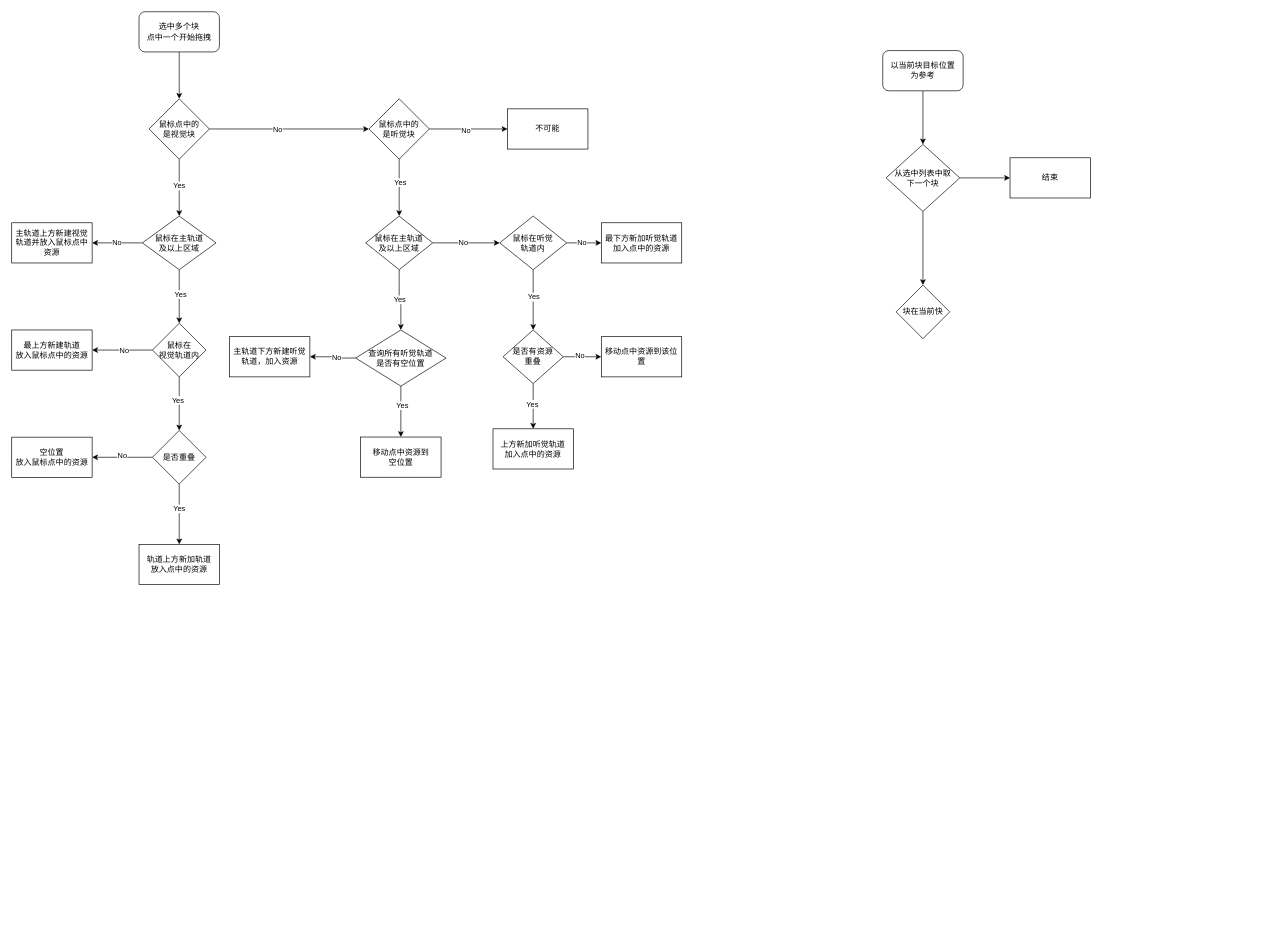
The draw.io diagram page "第 3 页" (3 of 3) of drag flow.drawio in macfanr/drawio, before the edit. Source tidied: cells renumbered, new cells numbered last; positions are measured from the earlier drawing's top-left corner, leaving out a move shared by most shapes. Both pictures are drawn from the tidied source at 67%, with x=0, y=0 at pixel (11, 11).
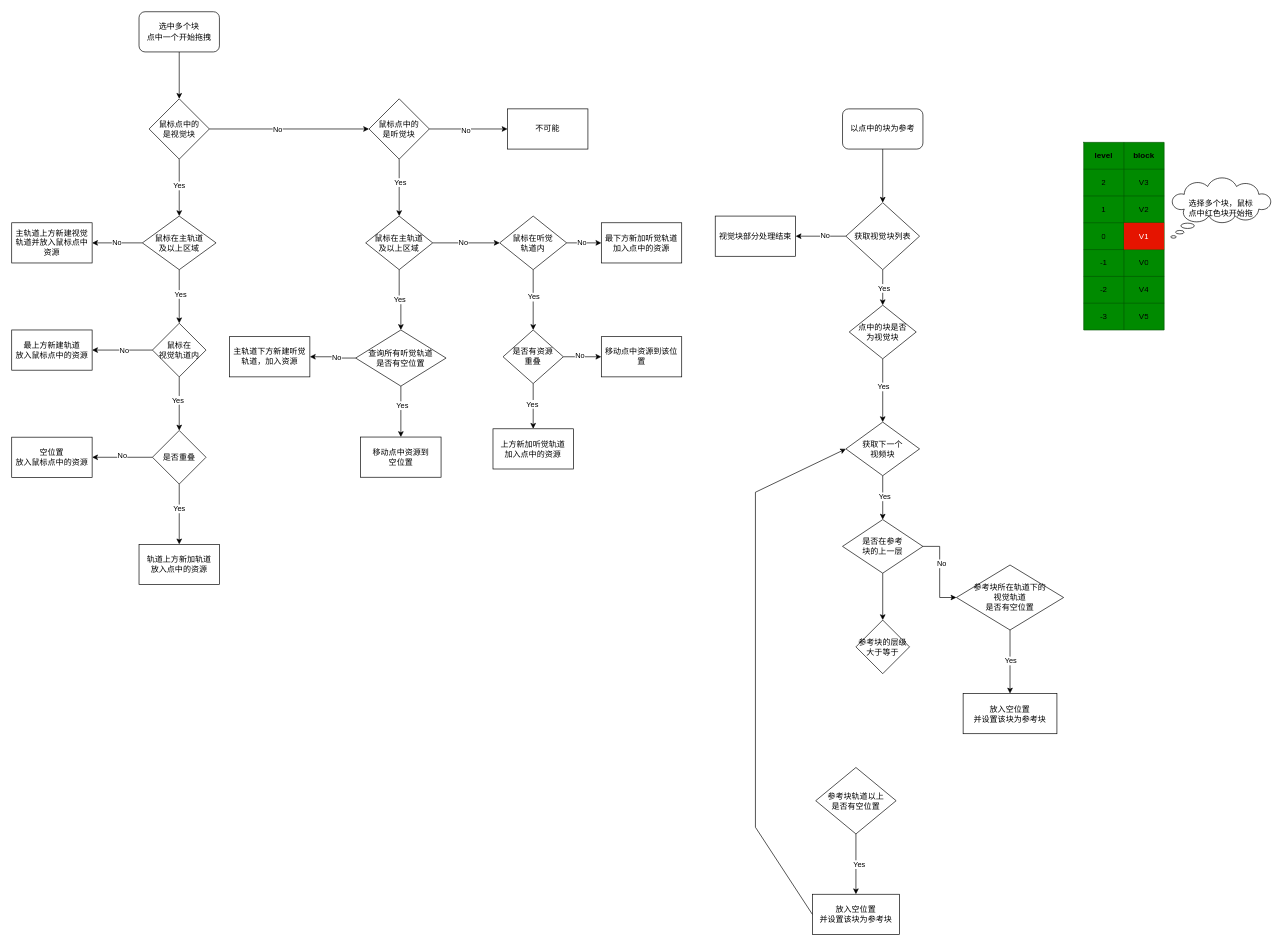
The same diagram, later.

Change to the diagram source:
```diff
@@
-    <mxCell id="39" value="以当前块目标位置&lt;br&gt;为参考" style="rounded=1;whiteSpace=wrap;html=1;" parent="1" vertex="1">
-      <mxGeometry x="1300" y="58" width="120" height="60" as="geometry" />
+    <mxCell id="39" value="以点中的块为参考" style="rounded=1;whiteSpace=wrap;html=1;" parent="1" vertex="1">
+      <mxGeometry x="1240" y="145" width="120" height="60" as="geometry" />
     </mxCell>
-    <mxCell id="40" style="edgeStyle=orthogonalEdgeStyle;rounded=0;jettySize=auto;html=1;endArrow=classic;endFill=1;" parent="1" edge="1" source="42" target="43">
-      <mxGeometry relative="1" as="geometry" />
-    </mxCell>
-    <mxCell id="41" style="edgeStyle=orthogonalEdgeStyle;rounded=0;jettySize=auto;html=1;endArrow=classic;endFill=1;" parent="1" edge="1" source="42" target="44">
-      <mxGeometry relative="1" as="geometry" />
-    </mxCell>
+    <mxCell id="65" style="edgeStyle=orthogonalEdgeStyle;rounded=0;jettySize=auto;html=1;endArrow=classic;endFill=1;" parent="1" edge="1" source="42" target="86">
+      <mxGeometry relative="1" as="geometry" />
+    </mxCell>
+    <mxCell id="66" value="Yes" style="edgeLabel;html=1;align=center;verticalAlign=middle;" parent="65" vertex="1">
+      <mxGeometry x="0.02" y="1" relative="1" as="geometry" />
+    </mxCell>
+    <mxCell id="67" style="edgeStyle=orthogonalEdgeStyle;rounded=0;jettySize=auto;html=1;endArrow=classic;endFill=1;" parent="1" edge="1" source="42" target="110">
+      <mxGeometry relative="1" as="geometry" />
+    </mxCell>
+    <mxCell id="68" value="No" style="edgeLabel;html=1;align=center;verticalAlign=middle;" parent="67" vertex="1">
+      <mxGeometry x="-0.15" y="-2" relative="1" as="geometry" />
+    </mxCell>
-    <mxCell id="42" value="从选中列表中取&lt;br&gt;下一个块" style="rhombus;whiteSpace=wrap;html=1;rounded=0;" parent="1" vertex="1">
-      <mxGeometry x="1305" y="198" width="110" height="100" as="geometry" />
+    <mxCell id="42" value="获取视觉块列表" style="rhombus;whiteSpace=wrap;html=1;rounded=0;" parent="1" vertex="1">
+      <mxGeometry x="1245" y="285" width="110" height="100" as="geometry" />
     </mxCell>
-    <mxCell id="43" value="结束" style="whiteSpace=wrap;html=1;rounded=0;" parent="1" vertex="1">
-      <mxGeometry x="1490" y="218" width="120" height="60" as="geometry" />
-    </mxCell>
+    <mxCell id="69" style="edgeStyle=orthogonalEdgeStyle;rounded=0;jettySize=auto;html=1;endArrow=classic;endFill=1;" parent="1" edge="1" source="44" target="74">
+      <mxGeometry relative="1" as="geometry" />
+    </mxCell>
+    <mxCell id="70" value="Yes" style="edgeLabel;html=1;align=center;verticalAlign=middle;" parent="69" vertex="1">
+      <mxGeometry x="-0.06" y="2" relative="1" as="geometry" />
+    </mxCell>
-    <mxCell id="44" value="块在当前快" style="rhombus;whiteSpace=wrap;html=1;rounded=0;" parent="1" vertex="1">
-      <mxGeometry x="1320" y="408" width="80" height="80" as="geometry" />
+    <mxCell id="44" value="获取下一个&lt;br&gt;视频块" style="rhombus;whiteSpace=wrap;html=1;rounded=0;" parent="1" vertex="1">
+      <mxGeometry x="1245" y="612.5" width="110" height="80" as="geometry" />
     </mxCell>
@@
+    <mxCell id="71" style="edgeStyle=orthogonalEdgeStyle;rounded=0;jettySize=auto;html=1;endArrow=classic;endFill=1;" parent="1" edge="1" source="74" target="82">
+      <mxGeometry relative="1" as="geometry" />
+    </mxCell>
+    <mxCell id="72" value="No" style="edgeLabel;html=1;align=center;verticalAlign=middle;" parent="71" vertex="1">
+      <mxGeometry x="-0.21" y="2" relative="1" as="geometry" />
+    </mxCell>
+    <mxCell id="73" style="edgeStyle=orthogonalEdgeStyle;rounded=0;jettySize=auto;html=1;endArrow=classic;endFill=1;" parent="1" edge="1" source="74" target="87">
+      <mxGeometry relative="1" as="geometry" />
+    </mxCell>
+    <mxCell id="74" value="是否在参考&lt;br&gt;块的上一层" style="rhombus;whiteSpace=wrap;html=1;rounded=0;" parent="1" vertex="1">
+      <mxGeometry x="1240" y="758" width="120" height="80" as="geometry" />
+    </mxCell>
+    <mxCell id="75" style="edgeStyle=orthogonalEdgeStyle;rounded=0;jettySize=auto;html=1;endArrow=classic;endFill=1;entryX=0.5;entryY=0;entryDx=0;entryDy=0;" parent="1" edge="1" source="77" target="78">
+      <mxGeometry relative="1" as="geometry" />
+    </mxCell>
+    <mxCell id="76" value="Yes" style="edgeLabel;html=1;align=center;verticalAlign=middle;" parent="75" vertex="1">
+      <mxGeometry x="0.01" y="4" relative="1" as="geometry" />
+    </mxCell>
+    <mxCell id="77" value="参考块轨道以上&lt;br&gt;是否有空位置" style="rhombus;whiteSpace=wrap;html=1;rounded=0;" parent="1" vertex="1">
+      <mxGeometry x="1200" y="1128" width="120" height="99.2" as="geometry" />
+    </mxCell>
+    <mxCell id="78" value="放入空位置&lt;br&gt;并设置该块为参考块" style="rounded=0;whiteSpace=wrap;html=1;" parent="1" vertex="1">
+      <mxGeometry x="1195" y="1317.2" width="130" height="60" as="geometry" />
+    </mxCell>
+    <mxCell id="79" style="endArrow=classic;html=1;rounded=0;exitX=0;exitY=0.5;exitDx=0;exitDy=0;entryX=0;entryY=0.5;entryDx=0;entryDy=0;" parent="1" edge="1" source="78" target="44">
+      <mxGeometry relative="1" as="geometry">
+        <Array as="points">
+          <mxPoint x="1110" y="1217.2" />
+          <mxPoint x="1110" y="717.2" />
+        </Array>
+      </mxGeometry>
+    </mxCell>
+    <mxCell id="80" style="edgeStyle=orthogonalEdgeStyle;rounded=0;jettySize=auto;html=1;endArrow=classic;endFill=1;entryX=0.5;entryY=0;entryDx=0;entryDy=0;" parent="1" edge="1" source="82" target="83">
+      <mxGeometry relative="1" as="geometry" />
+    </mxCell>
+    <mxCell id="81" value="Yes" style="edgeLabel;html=1;align=center;verticalAlign=middle;" parent="80" vertex="1">
+      <mxGeometry x="-0.03" relative="1" as="geometry" />
+    </mxCell>
+    <mxCell id="82" value="&lt;span&gt;参考块所在轨道下的&lt;br&gt;视觉轨道&lt;/span&gt;&lt;br&gt;&lt;span&gt;是否有空位置&lt;/span&gt;" style="rhombus;whiteSpace=wrap;html=1;rounded=0;" parent="1" vertex="1">
+      <mxGeometry x="1410" y="825.8" width="160" height="97" as="geometry" />
+    </mxCell>
+    <mxCell id="83" value="&lt;span&gt;放入空位置&lt;/span&gt;&lt;br&gt;&lt;span&gt;并设置该块为参考块&lt;/span&gt;" style="rounded=0;whiteSpace=wrap;html=1;" parent="1" vertex="1">
+      <mxGeometry x="1420" y="1017.6" width="140" height="60" as="geometry" />
+    </mxCell>
+    <mxCell id="84" style="edgeStyle=orthogonalEdgeStyle;rounded=0;jettySize=auto;html=1;endArrow=classic;endFill=1;entryX=0.5;entryY=0;entryDx=0;entryDy=0;" parent="1" edge="1" source="86" target="44">
+      <mxGeometry relative="1" as="geometry" />
+    </mxCell>
+    <mxCell id="85" value="Yes" style="edgeLabel;html=1;align=center;verticalAlign=middle;" parent="84" vertex="1">
+      <mxGeometry x="-0.13" relative="1" as="geometry" />
+    </mxCell>
+    <mxCell id="86" value="点中的块是否&lt;br&gt;为视觉块" style="rhombus;whiteSpace=wrap;html=1;rounded=0;" parent="1" vertex="1">
+      <mxGeometry x="1250" y="438" width="100" height="80" as="geometry" />
+    </mxCell>
+    <mxCell id="87" value="参考块的层级&lt;br&gt;大于等于" style="rhombus;whiteSpace=wrap;html=1;rounded=0;" parent="1" vertex="1">
+      <mxGeometry x="1260" y="908" width="80" height="80" as="geometry" />
+    </mxCell>
+    <mxCell id="88" style="shape=table;startSize=0;childLayout=tableLayout;rounded=0;fillColor=#008a00;fontColor=#ffffff;strokeColor=#005700;" parent="1" vertex="1">
+      <mxGeometry x="1600" y="195" width="120" height="280" as="geometry" />
+    </mxCell>
+    <mxCell id="89" style="shape=tableRow;horizontal=0;startSize=0;swimlaneHead=0;swimlaneBody=0;top=0;left=0;bottom=0;right=0;fillColor=none;rounded=0;" parent="88" vertex="1">
+      <mxGeometry width="120" height="40" as="geometry" />
+    </mxCell>
+    <mxCell id="90" value="&lt;b&gt;level&lt;/b&gt;" style="shape=partialRectangle;html=1;whiteSpace=wrap;overflow=hidden;fillColor=none;top=0;left=0;bottom=0;right=0;rounded=0;" parent="89" vertex="1">
+      <mxGeometry width="60" height="40" as="geometry" />
+    </mxCell>
+    <mxCell id="91" value="block" style="shape=partialRectangle;html=1;whiteSpace=wrap;overflow=hidden;fillColor=none;top=0;left=0;bottom=0;right=0;rounded=0;fontStyle=1;" parent="89" vertex="1">
+      <mxGeometry x="60" width="60" height="40" as="geometry" />
+    </mxCell>
+    <mxCell id="92" style="shape=tableRow;horizontal=0;startSize=0;swimlaneHead=0;swimlaneBody=0;top=0;left=0;bottom=0;right=0;fillColor=none;rounded=0;" parent="88" vertex="1">
+      <mxGeometry y="40" width="120" height="40" as="geometry" />
+    </mxCell>
+    <mxCell id="93" value="2" style="shape=partialRectangle;html=1;whiteSpace=wrap;overflow=hidden;fillColor=none;top=0;left=0;bottom=0;right=0;rounded=0;" parent="92" vertex="1">
+      <mxGeometry width="60" height="40" as="geometry" />
+    </mxCell>
+    <mxCell id="94" value="V3" style="shape=partialRectangle;html=1;whiteSpace=wrap;overflow=hidden;fillColor=none;top=0;left=0;bottom=0;right=0;rounded=0;" parent="92" vertex="1">
+      <mxGeometry x="60" width="60" height="40" as="geometry" />
+    </mxCell>
+    <mxCell id="95" style="shape=tableRow;horizontal=0;startSize=0;swimlaneHead=0;swimlaneBody=0;top=0;left=0;bottom=0;right=0;fillColor=none;rounded=0;" parent="88" vertex="1">
+      <mxGeometry y="80" width="120" height="40" as="geometry" />
+    </mxCell>
+    <mxCell id="96" value="1" style="shape=partialRectangle;html=1;whiteSpace=wrap;overflow=hidden;fillColor=none;top=0;left=0;bottom=0;right=0;rounded=0;" parent="95" vertex="1">
+      <mxGeometry width="60" height="40" as="geometry" />
+    </mxCell>
+    <mxCell id="97" value="V2" style="shape=partialRectangle;html=1;whiteSpace=wrap;overflow=hidden;fillColor=none;top=0;left=0;bottom=0;right=0;rounded=0;" parent="95" vertex="1">
+      <mxGeometry x="60" width="60" height="40" as="geometry" />
+    </mxCell>
+    <mxCell id="98" style="shape=tableRow;horizontal=0;startSize=0;swimlaneHead=0;swimlaneBody=0;top=0;left=0;bottom=0;right=0;fillColor=none;rounded=0;" parent="88" vertex="1">
+      <mxGeometry y="120" width="120" height="40" as="geometry" />
+    </mxCell>
+    <mxCell id="99" value="0" style="shape=partialRectangle;html=1;whiteSpace=wrap;overflow=hidden;fillColor=none;top=0;left=0;bottom=0;right=0;rounded=0;" parent="98" vertex="1">
+      <mxGeometry width="60" height="40" as="geometry" />
+    </mxCell>
+    <mxCell id="100" value="V1" style="shape=partialRectangle;html=1;whiteSpace=wrap;overflow=hidden;fillColor=#e51400;top=0;left=0;bottom=0;right=0;rounded=0;strokeColor=#B20000;fontColor=#ffffff;" parent="98" vertex="1">
+      <mxGeometry x="60" width="60" height="40" as="geometry" />
+    </mxCell>
+    <mxCell id="101" style="shape=tableRow;horizontal=0;startSize=0;swimlaneHead=0;swimlaneBody=0;top=0;left=0;bottom=0;right=0;fillColor=none;rounded=0;" parent="88" vertex="1">
+      <mxGeometry y="160" width="120" height="40" as="geometry" />
+    </mxCell>
+    <mxCell id="102" value="-1" style="shape=partialRectangle;html=1;whiteSpace=wrap;overflow=hidden;fillColor=none;top=0;left=0;bottom=0;right=0;rounded=0;" parent="101" vertex="1">
+      <mxGeometry width="60" height="40" as="geometry" />
+    </mxCell>
+    <mxCell id="103" value="V0" style="shape=partialRectangle;html=1;whiteSpace=wrap;overflow=hidden;fillColor=none;top=0;left=0;bottom=0;right=0;rounded=0;" parent="101" vertex="1">
+      <mxGeometry x="60" width="60" height="40" as="geometry" />
+    </mxCell>
+    <mxCell id="104" style="shape=tableRow;horizontal=0;startSize=0;swimlaneHead=0;swimlaneBody=0;top=0;left=0;bottom=0;right=0;fillColor=none;rounded=0;" parent="88" vertex="1">
+      <mxGeometry y="200" width="120" height="40" as="geometry" />
+    </mxCell>
+    <mxCell id="105" value="-2" style="shape=partialRectangle;html=1;whiteSpace=wrap;overflow=hidden;fillColor=none;top=0;left=0;bottom=0;right=0;rounded=0;" parent="104" vertex="1">
+      <mxGeometry width="60" height="40" as="geometry" />
+    </mxCell>
+    <mxCell id="106" value="V4" style="shape=partialRectangle;html=1;whiteSpace=wrap;overflow=hidden;fillColor=none;top=0;left=0;bottom=0;right=0;rounded=0;" parent="104" vertex="1">
+      <mxGeometry x="60" width="60" height="40" as="geometry" />
+    </mxCell>
+    <mxCell id="107" style="shape=tableRow;horizontal=0;startSize=0;swimlaneHead=0;swimlaneBody=0;top=0;left=0;bottom=0;right=0;fillColor=none;rounded=0;" parent="88" vertex="1">
+      <mxGeometry y="240" width="120" height="40" as="geometry" />
+    </mxCell>
+    <mxCell id="108" value="-3" style="shape=partialRectangle;html=1;whiteSpace=wrap;overflow=hidden;fillColor=none;top=0;left=0;bottom=0;right=0;rounded=0;" parent="107" vertex="1">
+      <mxGeometry width="60" height="40" as="geometry" />
+    </mxCell>
+    <mxCell id="109" value="V5" style="shape=partialRectangle;html=1;whiteSpace=wrap;overflow=hidden;fillColor=none;top=0;left=0;bottom=0;right=0;rounded=0;" parent="107" vertex="1">
+      <mxGeometry x="60" width="60" height="40" as="geometry" />
+    </mxCell>
+    <mxCell id="110" value="视觉块部分处理结束" style="whiteSpace=wrap;html=1;rounded=0;" parent="1" vertex="1">
+      <mxGeometry x="1050" y="305" width="120" height="60" as="geometry" />
+    </mxCell>
+    <mxCell id="111" value="选择多个块，鼠标&lt;br&gt;点中红色块开始拖" style="whiteSpace=wrap;html=1;shape=mxgraph.basic.cloud_callout;rounded=0;" parent="1" vertex="1">
+      <mxGeometry x="1730" y="248" width="150" height="90" as="geometry" />
+    </mxCell>
```
